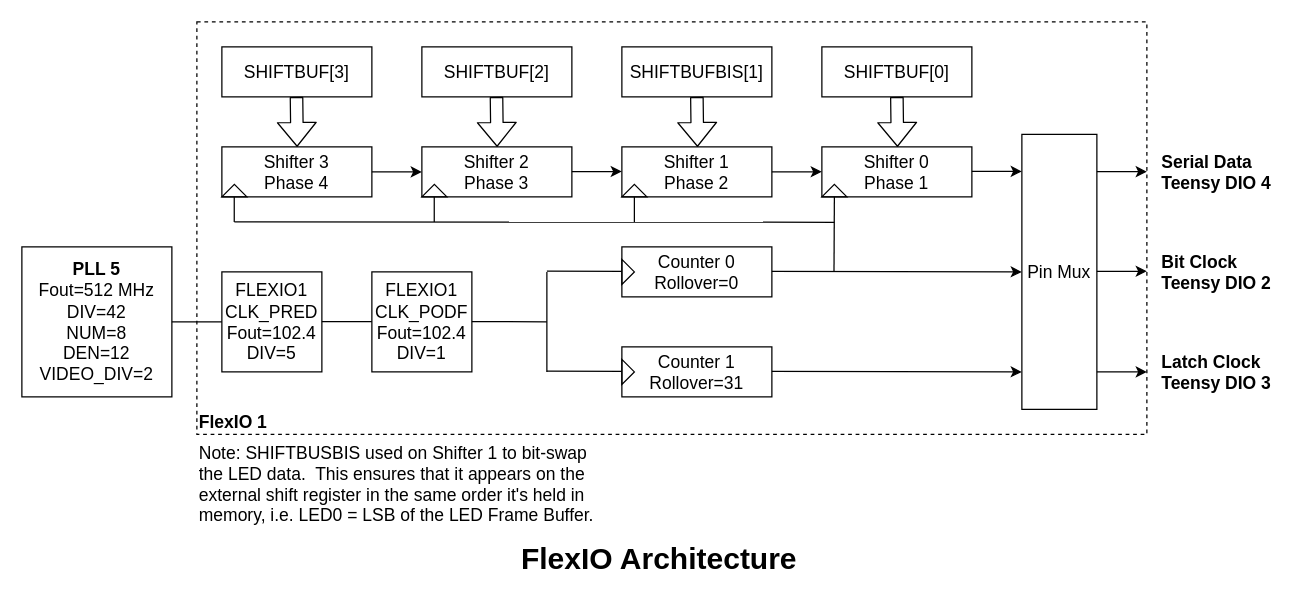
Before: Docs/FlexIO.drawio in wramsdell/TriantaduoWS2811, a draw.io diagram. Source tidied: cells renumbered, new cells numbered last; positions are measured from the earlier drawing's top-left corner, leaving out a move shared by most shapes. Both pictures are drawn from the tidied source at 125%, with x=0, y=0 at pixel (21, 21).
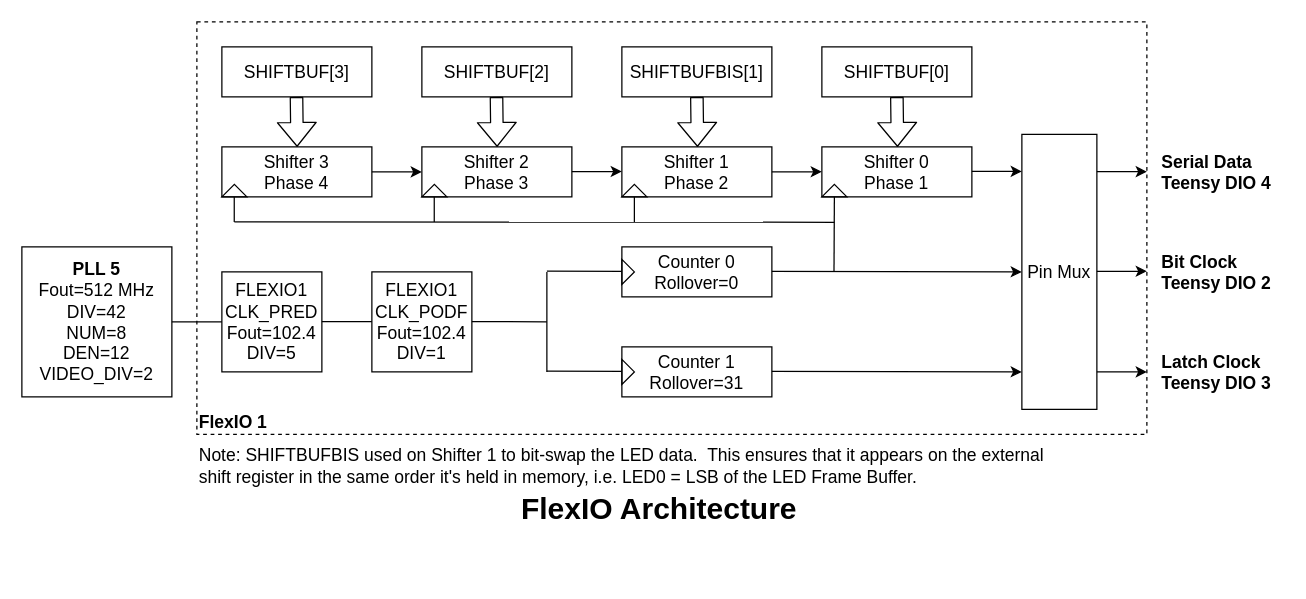
Above is the later version.

The edit, as a diff of the source:
```diff
@@
     <mxCell id="3" value="FlexIO Architecture" style="text;html=1;strokeColor=none;fillColor=none;align=center;verticalAlign=middle;whiteSpace=wrap;rounded=0;fontStyle=1;fontSize=24;" parent="1" vertex="1">
-      <mxGeometry x="350" y="420" width="320" height="20" as="geometry" />
+      <mxGeometry x="350" y="380" width="320" height="20" as="geometry" />
     </mxCell>
@@
-    <mxCell id="52" value="&lt;span style=&quot;font-weight: normal&quot;&gt;Note: SHIFTBUSBIS used on Shifter 1 to bit-swap the LED data.&amp;nbsp; This ensures that it appears on the external shift register in the same order it's held in memory, i.e. LED0 = LSB of the LED Frame Buffer.&lt;/span&gt;" style="text;html=1;strokeColor=none;fillColor=none;align=left;verticalAlign=middle;whiteSpace=wrap;rounded=0;fontStyle=1;fontSize=14;" parent="1" vertex="1">
-      <mxGeometry x="140" y="340" width="320" height="60" as="geometry" />
+    <mxCell id="52" value="&lt;span style=&quot;font-weight: normal&quot;&gt;Note: SHIFTBUFBIS used on Shifter 1 to bit-swap the LED data.&amp;nbsp; This ensures that it appears on the external shift register in the same order it's held in memory, i.e. LED0 = LSB of the LED Frame Buffer.&lt;/span&gt;" style="text;html=1;strokeColor=none;fillColor=none;align=left;verticalAlign=middle;whiteSpace=wrap;rounded=0;fontStyle=1;fontSize=14;" parent="1" vertex="1">
+      <mxGeometry x="140" y="340" width="680" height="30" as="geometry" />
     </mxCell>
```
